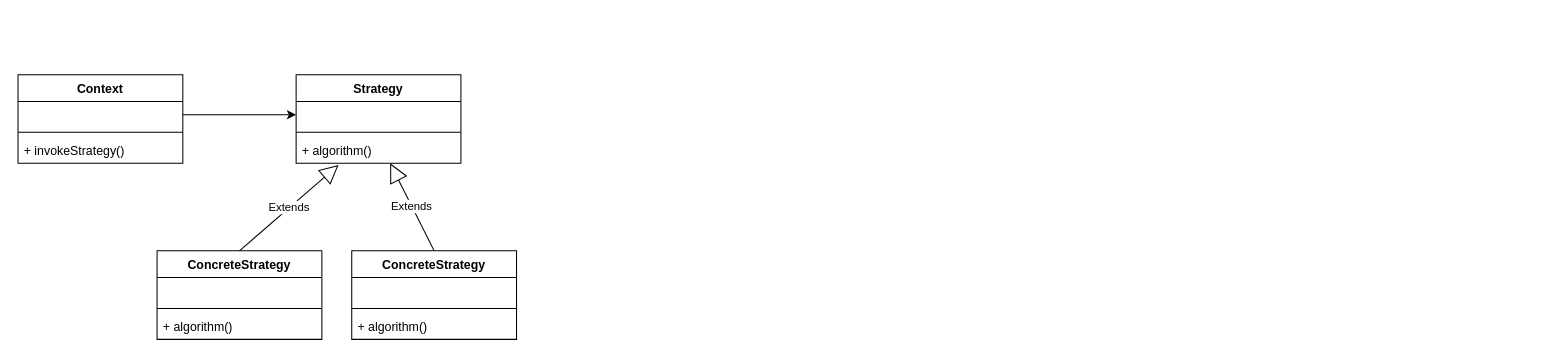
This is Untitled Diagram.drawio from began-zhao/studydraw, a draw.io file, before an edit. Source tidied: cells renumbered, new cells numbered last; positions are measured from the earlier drawing's top-left corner, leaving out a move shared by most shapes. Both pictures are drawn from the tidied source at 103%, with x=0, y=0 at pixel (18, 74).
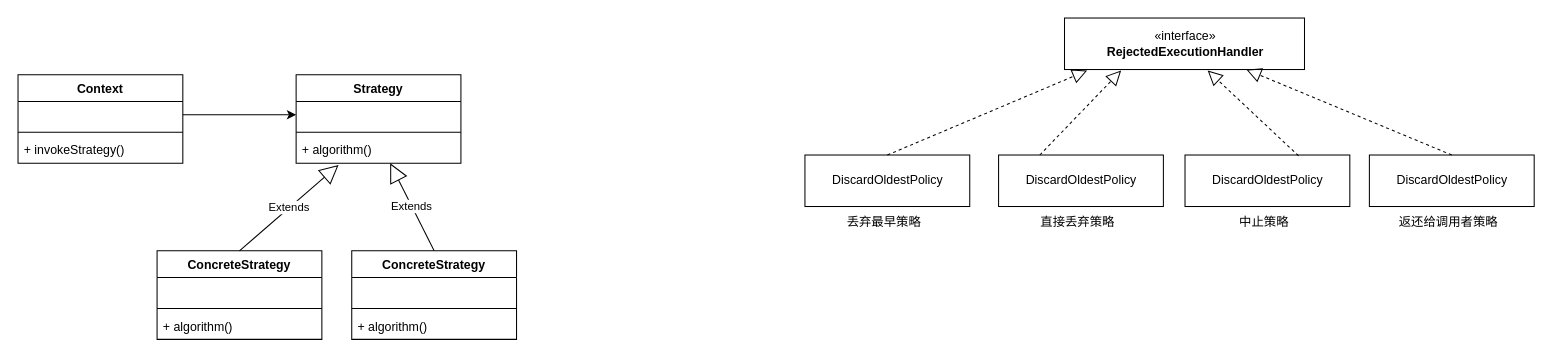
Above is the later version.

Commit message:
策略模式UML图搞定

What changed in the source:
```diff
@@
+    <mxCell id="21" value="«interface»&lt;br&gt;&lt;b&gt;RejectedExecutionHandler&lt;/b&gt;" style="html=1;" parent="1" vertex="1">
+      <mxGeometry x="1016" y="-55" width="233" height="50" as="geometry" />
+    </mxCell>
+    <mxCell id="22" value="DiscardOldestPolicy" style="html=1;" parent="1" vertex="1">
+      <mxGeometry x="764" y="78" width="160" height="50" as="geometry" />
+    </mxCell>
+    <mxCell id="23" value="丢弃最早策略" style="text;html=1;strokeColor=none;fillColor=none;align=center;verticalAlign=middle;whiteSpace=wrap;rounded=0;" parent="1" vertex="1">
+      <mxGeometry x="785" y="128" width="112" height="30" as="geometry" />
+    </mxCell>
+    <mxCell id="24" value="DiscardOldestPolicy" style="html=1;" parent="1" vertex="1">
+      <mxGeometry x="952" y="78" width="160" height="50" as="geometry" />
+    </mxCell>
+    <mxCell id="25" value="直接丢弃策略" style="text;html=1;strokeColor=none;fillColor=none;align=center;verticalAlign=middle;whiteSpace=wrap;rounded=0;" parent="1" vertex="1">
+      <mxGeometry x="973" y="128" width="112" height="30" as="geometry" />
+    </mxCell>
+    <mxCell id="26" value="DiscardOldestPolicy" style="html=1;" parent="1" vertex="1">
+      <mxGeometry x="1133" y="78" width="160" height="50" as="geometry" />
+    </mxCell>
+    <mxCell id="27" value="中止策略" style="text;html=1;strokeColor=none;fillColor=none;align=center;verticalAlign=middle;whiteSpace=wrap;rounded=0;" parent="1" vertex="1">
+      <mxGeometry x="1154" y="128" width="112" height="30" as="geometry" />
+    </mxCell>
+    <mxCell id="28" value="DiscardOldestPolicy" style="html=1;" parent="1" vertex="1">
+      <mxGeometry x="1312" y="78" width="160" height="50" as="geometry" />
+    </mxCell>
+    <mxCell id="29" value="返还给调用者策略" style="text;html=1;strokeColor=none;fillColor=none;align=center;verticalAlign=middle;whiteSpace=wrap;rounded=0;" parent="1" vertex="1">
+      <mxGeometry x="1333" y="128" width="112" height="30" as="geometry" />
+    </mxCell>
+    <mxCell id="30" style="endArrow=block;dashed=1;endFill=0;endSize=12;html=1;rounded=0;exitX=0.5;exitY=0;exitDx=0;exitDy=0;" parent="1" edge="1" source="22">
+      <mxGeometry relative="1" as="geometry">
+        <mxPoint x="1038" y="-4" as="targetPoint" />
+      </mxGeometry>
+    </mxCell>
+    <mxCell id="31" style="endArrow=block;dashed=1;endFill=0;endSize=12;html=1;rounded=0;exitX=0.25;exitY=0;exitDx=0;exitDy=0;" parent="1" edge="1" source="24">
+      <mxGeometry relative="1" as="geometry">
+        <mxPoint x="1071" y="-4" as="targetPoint" />
+      </mxGeometry>
+    </mxCell>
+    <mxCell id="32" style="endArrow=block;dashed=1;endFill=0;endSize=12;html=1;rounded=0;exitX=0.689;exitY=0.016;exitDx=0;exitDy=0;exitPerimeter=0;" parent="1" edge="1" source="26">
+      <mxGeometry relative="1" as="geometry">
+        <mxPoint x="1155" y="-4" as="targetPoint" />
+      </mxGeometry>
+    </mxCell>
+    <mxCell id="33" style="endArrow=block;dashed=1;endFill=0;endSize=12;html=1;rounded=0;exitX=0.5;exitY=0;exitDx=0;exitDy=0;" parent="1" edge="1" source="28" target="21">
+      <mxGeometry relative="1" as="geometry" />
+    </mxCell>
```
